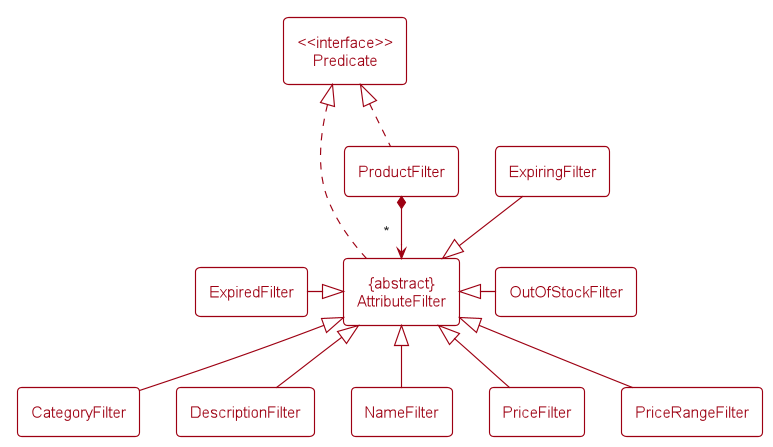
This is docs/images/ProductFilterClassDiagram.png from nus-cs2103-AY2122S2/tp, a PlantUML export, as it was before one commit.
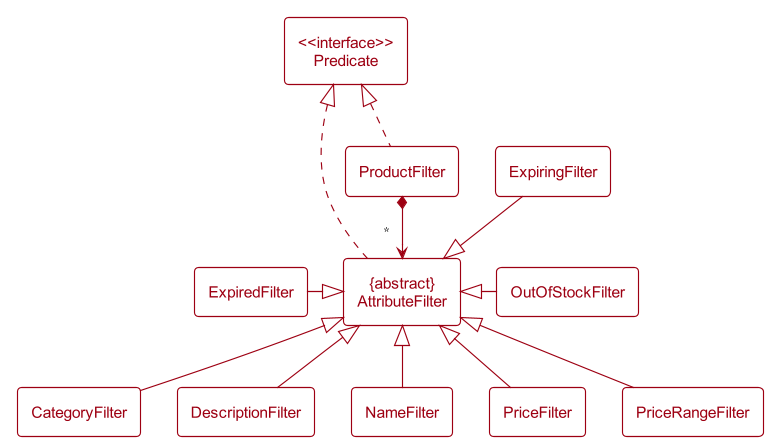
The same diagram one commit later.

What changed in the source:
```diff
@@ -1,20 +1,20 @@
 @startuml
-!include style.puml
+!include Style.puml
 
 $OverrideTheme(MODEL_COLOR)
 
-class "<<interface>>\nPredicate" as Predicate
-class "{abstract}\nAttributeFilter" as AttributeFilter
-class ProductFilter
+class "<<interface>>\nPredicate" as Predicate<<Model>>
+class "{abstract}\nAttributeFilter" as AttributeFilter<<Model>>
+class ProductFilter<<Model>>
 
-class CategoryFilter
-class DescriptionFilter
-class ExpiredFilter
-class ExpiringFilter
-class NameFilter
-class OutOfStockFilter
-class PriceFilter
-class PriceRangeFilter
+class CategoryFilter<<Model>>
+class DescriptionFilter<<Model>>
+class ExpiredFilter<<Model>>
+class ExpiringFilter<<Model>>
+class NameFilter<<Model>>
+class OutOfStockFilter<<Model>>
+class PriceFilter<<Model>>
+class PriceRangeFilter<<Model>>
 
 ProductFilter .up.|> Predicate
 AttributeFilter .up.|> Predicate
```
